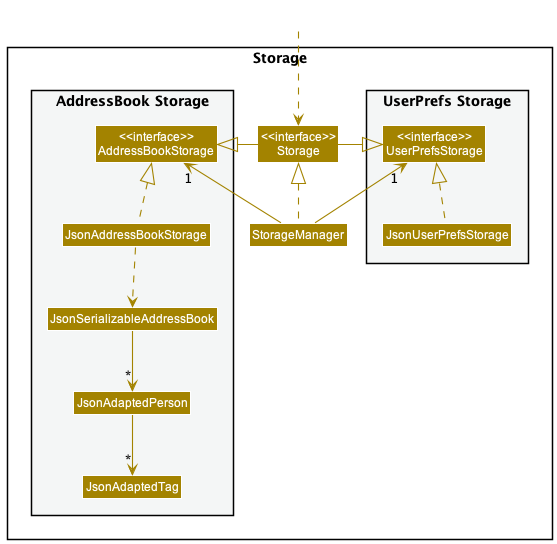
nus-cs2103-AY2223S1/tp keeps this PlantUML diagram as docs/images/StorageClassDiagram.png. Above is the earlier version. Its diagram source:
```plantuml
@startuml
!include style.puml
skinparam arrowThickness 1.1
skinparam arrowColor STORAGE_COLOR
skinparam classBackgroundColor STORAGE_COLOR

package Storage{

package "UserPrefs Storage" #F4F6F6{
Class "<<interface>>\nUserPrefsStorage" as UserPrefsStorage
Class JsonUserPrefsStorage
}

Class "<<interface>>\nStorage" as Storage
Class StorageManager

package "AddressBook Storage" #F4F6F6{
Class "<<interface>>\nAddressBookStorage" as AddressBookStorage
Class JsonAddressBookStorage
Class JsonSerializableAddressBook
Class JsonAdaptedPerson
Class JsonAdaptedTag
}

}

Class HiddenOutside #FFFFFF
HiddenOutside ..> Storage

StorageManager .up.|> Storage
StorageManager -up-> "1" UserPrefsStorage
StorageManager -up-> "1" AddressBookStorage

Storage -left-|> UserPrefsStorage
Storage -right-|> AddressBookStorage

JsonUserPrefsStorage .up.|> UserPrefsStorage
JsonAddressBookStorage .up.|> AddressBookStorage
JsonAddressBookStorage ..> JsonSerializableAddressBook
JsonSerializableAddressBook --> "*" JsonAdaptedPerson
JsonAdaptedPerson --> "*" JsonAdaptedTag

@enduml
```
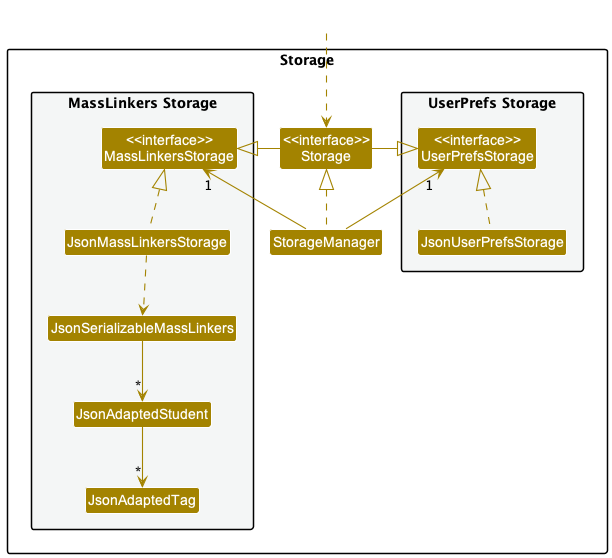
The same diagram one commit later.

What changed in the source:
```diff
@@ -14,11 +14,11 @@
 Class "<<interface>>\nStorage" as Storage
 Class StorageManager
 
-package "AddressBook Storage" #F4F6F6{
-Class "<<interface>>\nAddressBookStorage" as AddressBookStorage
-Class JsonAddressBookStorage
-Class JsonSerializableAddressBook
-Class JsonAdaptedPerson
+package "MassLinkers Storage" #F4F6F6{
+Class "<<interface>>\nMassLinkersStorage" as MassLinkersStorage
+Class JsonMassLinkersStorage
+Class JsonSerializableMassLinkers
+Class JsonAdaptedStudent
 Class JsonAdaptedTag
 }
 
@@ -29,15 +29,15 @@
 
 StorageManager .up.|> Storage
 StorageManager -up-> "1" UserPrefsStorage
-StorageManager -up-> "1" AddressBookStorage
+StorageManager -up-> "1" MassLinkersStorage
 
 Storage -left-|> UserPrefsStorage
-Storage -right-|> AddressBookStorage
+Storage -right-|> MassLinkersStorage
 
 JsonUserPrefsStorage .up.|> UserPrefsStorage
-JsonAddressBookStorage .up.|> AddressBookStorage
-JsonAddressBookStorage ..> JsonSerializableAddressBook
-JsonSerializableAddressBook --> "*" JsonAdaptedPerson
-JsonAdaptedPerson --> "*" JsonAdaptedTag
+JsonMassLinkersStorage .up.|> MassLinkersStorage
+JsonMassLinkersStorage ..> JsonSerializableMassLinkers
+JsonSerializableMassLinkers --> "*" JsonAdaptedStudent
+JsonAdaptedStudent --> "*" JsonAdaptedTag
 
 @enduml
```
